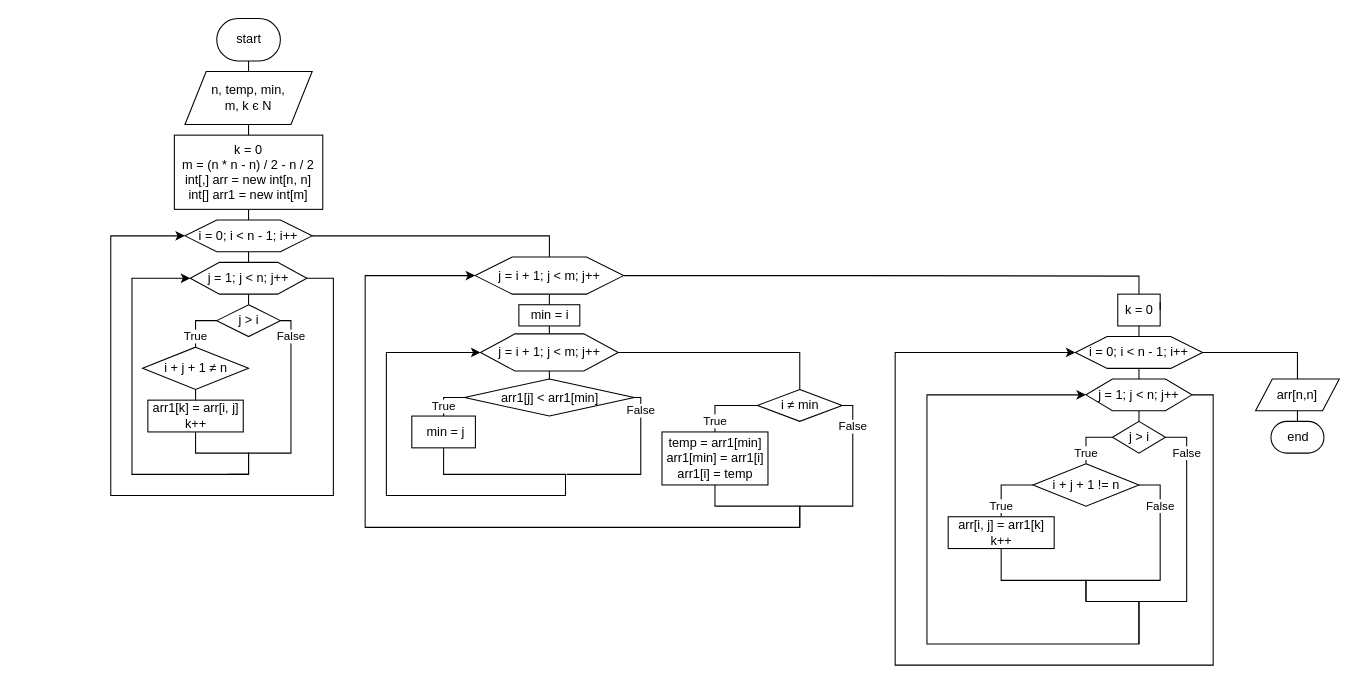
Before: лаб3/lab3_diagram.drawio in toxichellokitty/ads-ponomarenko-kp12, a draw.io diagram. Source tidied: cells renumbered, new cells numbered last; positions are measured from the earlier drawing's top-left corner, leaving out a move shared by most shapes. Both pictures are drawn from the tidied source at 106%, with x=0, y=0 at pixel (110, 18).
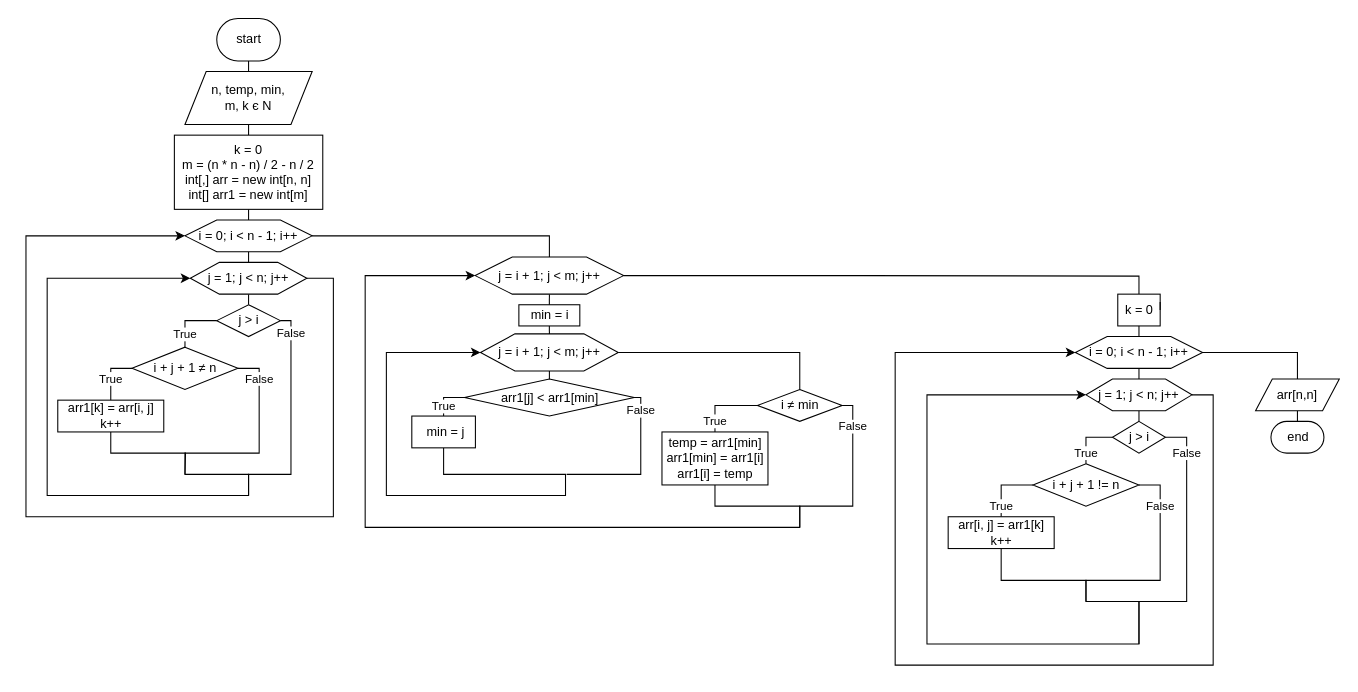
The same diagram, later.

Unchanged cells that the change refers to:
```xml
<mxCell id="10" value="&lt;span style=&quot;text-align: left&quot;&gt;i = 0; i &amp;lt; n - 1; i++&lt;/span&gt;" style="shape=hexagon;perimeter=hexagonPerimeter2;whiteSpace=wrap;html=1;size=0.25;" parent="1" vertex="1">
  <mxGeometry x="70" y="190" width="120" height="30" as="geometry" />
</mxCell>
<mxCell id="13" value="&lt;span style=&quot;text-align: left&quot;&gt;j = 1; j &amp;lt; n; j++&lt;/span&gt;" style="shape=hexagon;perimeter=hexagonPerimeter2;whiteSpace=wrap;html=1;size=0.25;" parent="1" vertex="1">
  <mxGeometry x="75" y="230" width="110" height="30" as="geometry" />
</mxCell>
<mxCell id="16" value="&lt;span style=&quot;text-align: left&quot;&gt;j &amp;gt; i&lt;/span&gt;" style="shape=rhombus;html=1;dashed=0;whitespace=wrap;perimeter=rhombusPerimeter;" parent="1" vertex="1">
  <mxGeometry x="100" y="270" width="60" height="30" as="geometry" />
</mxCell>
```

Change to the diagram source:
```diff
@@
     <mxCell id="12" style="edgeStyle=orthogonalEdgeStyle;rounded=0;jettySize=auto;html=1;exitX=1;exitY=0.5;exitDx=0;exitDy=0;endArrow=classic;endFill=1;entryX=0;entryY=0.5;entryDx=0;entryDy=0;" parent="1" edge="1" source="13" target="10">
       <mxGeometry relative="1" as="geometry">
         <Array as="points">
           <mxPoint x="210" y="245" />
-          <mxPoint x="210" y="450" />
-          <mxPoint y="450" />
-          <mxPoint y="205" />
+          <mxPoint x="210" y="470" />
+          <mxPoint x="-80" y="470" />
+          <mxPoint x="-80" y="205" />
         </Array>
       </mxGeometry>
     </mxCell>
@@
-    <mxCell id="14" value="False" style="edgeStyle=orthogonalEdgeStyle;rounded=0;jettySize=auto;html=1;exitX=1;exitY=0.5;exitDx=0;exitDy=0;endArrow=none;endFill=0;" parent="1" edge="1" source="16">
-      <mxGeometry x="-0.77" relative="1" as="geometry">
-        <mxPoint x="110" y="430" as="targetPoint" />
+    <mxCell id="14" value="False" style="edgeStyle=orthogonalEdgeStyle;rounded=0;jettySize=auto;html=1;exitX=1;exitY=0.5;exitDx=0;exitDy=0;endArrow=classic;endFill=1;entryX=0;entryY=0.5;entryDx=0;entryDy=0;" parent="1" edge="1" source="16" target="13">
+      <mxGeometry x="-0.94" relative="1" as="geometry">
         <Array as="points">
           <mxPoint x="170" y="285" />
-          <mxPoint x="170" y="410" />
-          <mxPoint x="130" y="410" />
+          <mxPoint x="170" y="430" />
           <mxPoint x="130" y="430" />
+          <mxPoint x="130" y="450" />
+          <mxPoint x="-60" y="450" />
+          <mxPoint x="-60" y="245" />
         </Array>
       </mxGeometry>
     </mxCell>
@@
-    <mxCell id="17" style="edgeStyle=orthogonalEdgeStyle;rounded=0;jettySize=auto;html=1;exitX=0.5;exitY=1;exitDx=0;exitDy=0;entryX=0;entryY=0.5;entryDx=0;entryDy=0;endArrow=classic;endFill=1;" parent="1" edge="1" source="18" target="13">
-      <mxGeometry relative="1" as="geometry">
-        <Array as="points">
-          <mxPoint x="80" y="410" />
-          <mxPoint x="130" y="410" />
-          <mxPoint x="130" y="430" />
-          <mxPoint x="20" y="430" />
-          <mxPoint x="20" y="245" />
-        </Array>
-      </mxGeometry>
-    </mxCell>
-    <mxCell id="18" value="&lt;span style=&quot;text-align: left&quot;&gt;arr1[k] = arr[i, j]&lt;br&gt;&lt;/span&gt;&lt;span style=&quot;text-align: left&quot;&gt;k++&lt;/span&gt;" style="html=1;dashed=0;whitespace=wrap;" parent="1" vertex="1">
-      <mxGeometry x="35" y="360" width="90" height="30" as="geometry" />
-    </mxCell>
-    <mxCell id="19" style="edgeStyle=orthogonalEdgeStyle;rounded=0;jettySize=auto;html=1;exitX=0.5;exitY=1;exitDx=0;exitDy=0;entryX=0.5;entryY=0;entryDx=0;entryDy=0;endArrow=none;endFill=0;" parent="1" edge="1" source="20" target="18">
-      <mxGeometry relative="1" as="geometry" />
+    <mxCell id="19" value="True" style="edgeStyle=orthogonalEdgeStyle;rounded=0;jettySize=auto;html=1;exitX=0;exitY=0.5;exitDx=0;exitDy=0;entryX=0.5;entryY=0;entryDx=0;entryDy=0;endArrow=none;endFill=0;" parent="1" edge="1" source="20" target="18">
+      <mxGeometry x="0.2" relative="1" as="geometry" />
     </mxCell>
+    <mxCell id="59" value="False" style="edgeStyle=orthogonalEdgeStyle;rounded=0;jettySize=auto;html=1;exitX=1;exitY=0.5;exitDx=0;exitDy=0;endArrow=none;endFill=0;" parent="1" edge="1" source="20">
+      <mxGeometry x="-0.78" relative="1" as="geometry">
+        <mxPoint x="130" y="450" as="targetPoint" />
+        <Array as="points">
+          <mxPoint x="140" y="330" />
+          <mxPoint x="140" y="410" />
+          <mxPoint x="70" y="410" />
+          <mxPoint x="70" y="430" />
+          <mxPoint x="130" y="430" />
+        </Array>
+      </mxGeometry>
+    </mxCell>
     <mxCell id="20" value="&lt;span style=&quot;text-align: left&quot;&gt;i + j + 1&amp;nbsp;&lt;/span&gt;≠&amp;nbsp;&lt;span style=&quot;text-align: left&quot;&gt;n&lt;/span&gt;" style="shape=rhombus;html=1;dashed=0;whitespace=wrap;perimeter=rhombusPerimeter;" parent="1" vertex="1">
-      <mxGeometry x="30" y="310" width="100" height="40" as="geometry" />
+      <mxGeometry x="20" y="310" width="100" height="40" as="geometry" />
     </mxCell>
@@
+    <mxCell id="60" style="edgeStyle=orthogonalEdgeStyle;rounded=0;jettySize=auto;html=1;exitX=0.5;exitY=1;exitDx=0;exitDy=0;endArrow=none;endFill=0;" parent="1" edge="1" source="18">
+      <mxGeometry relative="1" as="geometry">
+        <mxPoint x="70" y="430" as="targetPoint" />
+      </mxGeometry>
+    </mxCell>
+    <mxCell id="18" value="&lt;span style=&quot;text-align: left&quot;&gt;arr1[k] = arr[i, j]&lt;br&gt;&lt;/span&gt;&lt;span style=&quot;text-align: left&quot;&gt;k++&lt;/span&gt;" style="html=1;dashed=0;whitespace=wrap;" parent="1" vertex="1">
+      <mxGeometry x="-50" y="360" width="100" height="30" as="geometry" />
+    </mxCell>
```
